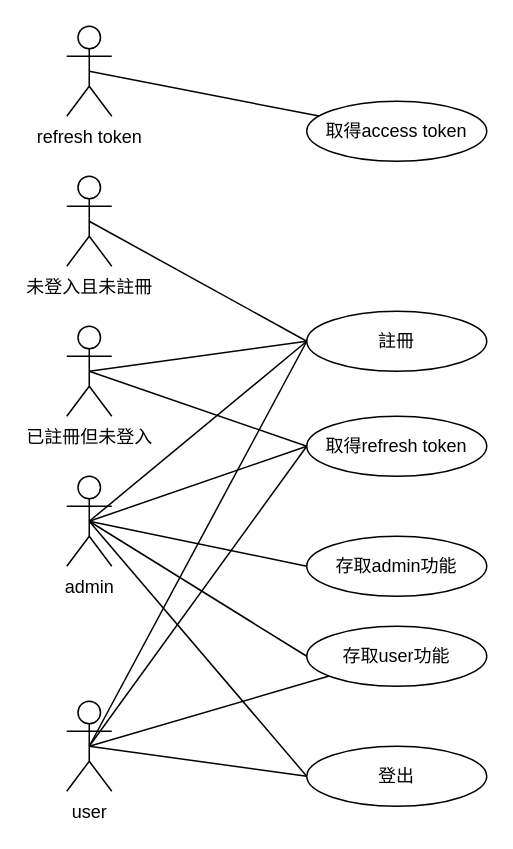
Above: page "use case" (1 of 2) of lazycat-shop.drawio in tim12367/lazycat-shop (draw.io), before the change. Source tidied: cells renumbered, new cells numbered last; positions are measured from the earlier drawing's top-left corner, leaving out a move shared by most shapes. Both pictures are drawn from the tidied source at 150%, with x=0, y=0 at pixel (66, 26).
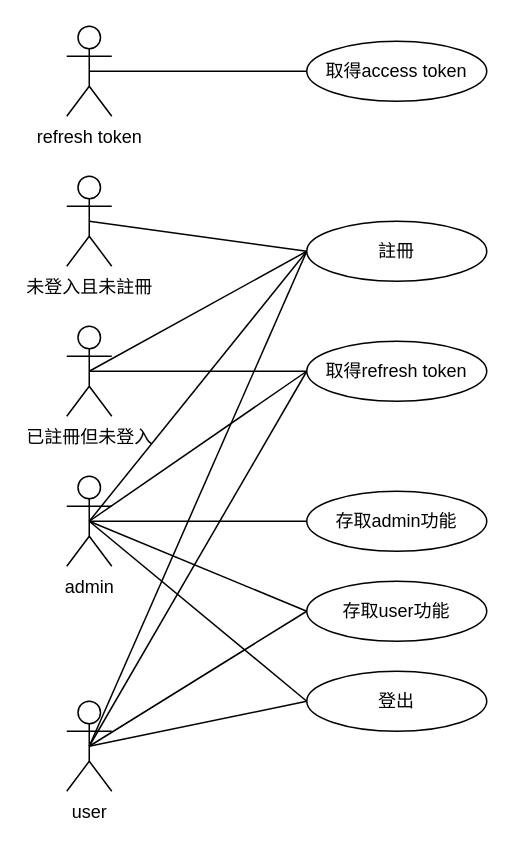
The same page after the edit.

Unchanged cells that the change refers to:
```xml
<mxCell id="10" value="user" style="shape=umlActor;verticalLabelPosition=bottom;verticalAlign=top;html=1;outlineConnect=0;" parent="1" vertex="1">
  <mxGeometry y="450" width="30" height="60" as="geometry" />
</mxCell>
```

Diff of the diagram source:
```diff
@@
-    <mxCell id="6" style="edgeStyle=none;rounded=0;jettySize=auto;html=1;exitX=0.5;exitY=0.5;exitDx=0;exitDy=0;exitPerimeter=0;endArrow=none;endFill=0;" parent="1" edge="1" source="10" target="19">
+    <mxCell id="6" style="edgeStyle=none;rounded=0;jettySize=auto;html=1;exitX=0.5;exitY=0.5;exitDx=0;exitDy=0;exitPerimeter=0;endArrow=none;endFill=0;entryX=0;entryY=0.5;entryDx=0;entryDy=0;" parent="1" edge="1" source="10" target="19">
       <mxGeometry relative="1" as="geometry" />
     </mxCell>
@@
     <mxCell id="17" value="取得refresh token" style="ellipse;whiteSpace=wrap;html=1;" parent="1" vertex="1">
-      <mxGeometry x="160" y="260" width="120" height="40" as="geometry" />
+      <mxGeometry x="160" y="210" width="120" height="40" as="geometry" />
     </mxCell>
     <mxCell id="18" value="取得access token" style="ellipse;whiteSpace=wrap;html=1;" parent="1" vertex="1">
-      <mxGeometry x="160" y="50" width="120" height="40" as="geometry" />
+      <mxGeometry x="160" y="10" width="120" height="40" as="geometry" />
     </mxCell>
     <mxCell id="19" value="存取user功能" style="ellipse;whiteSpace=wrap;html=1;" parent="1" vertex="1">
-      <mxGeometry x="160" y="400" width="120" height="40" as="geometry" />
+      <mxGeometry x="160" y="370" width="120" height="40" as="geometry" />
     </mxCell>
     <mxCell id="20" value="存取admin功能" style="ellipse;whiteSpace=wrap;html=1;" parent="1" vertex="1">
-      <mxGeometry x="160" y="340" width="120" height="40" as="geometry" />
+      <mxGeometry x="160" y="310" width="120" height="40" as="geometry" />
     </mxCell>
     <mxCell id="21" value="註冊" style="ellipse;whiteSpace=wrap;html=1;" parent="1" vertex="1">
-      <mxGeometry x="160" y="190" width="120" height="40" as="geometry" />
+      <mxGeometry x="160" y="130" width="120" height="40" as="geometry" />
     </mxCell>
@@
     <mxCell id="25" value="登出" style="ellipse;whiteSpace=wrap;html=1;" parent="1" vertex="1">
-      <mxGeometry x="160" y="480" width="120" height="40" as="geometry" />
+      <mxGeometry x="160" y="430" width="120" height="40" as="geometry" />
     </mxCell>
```
